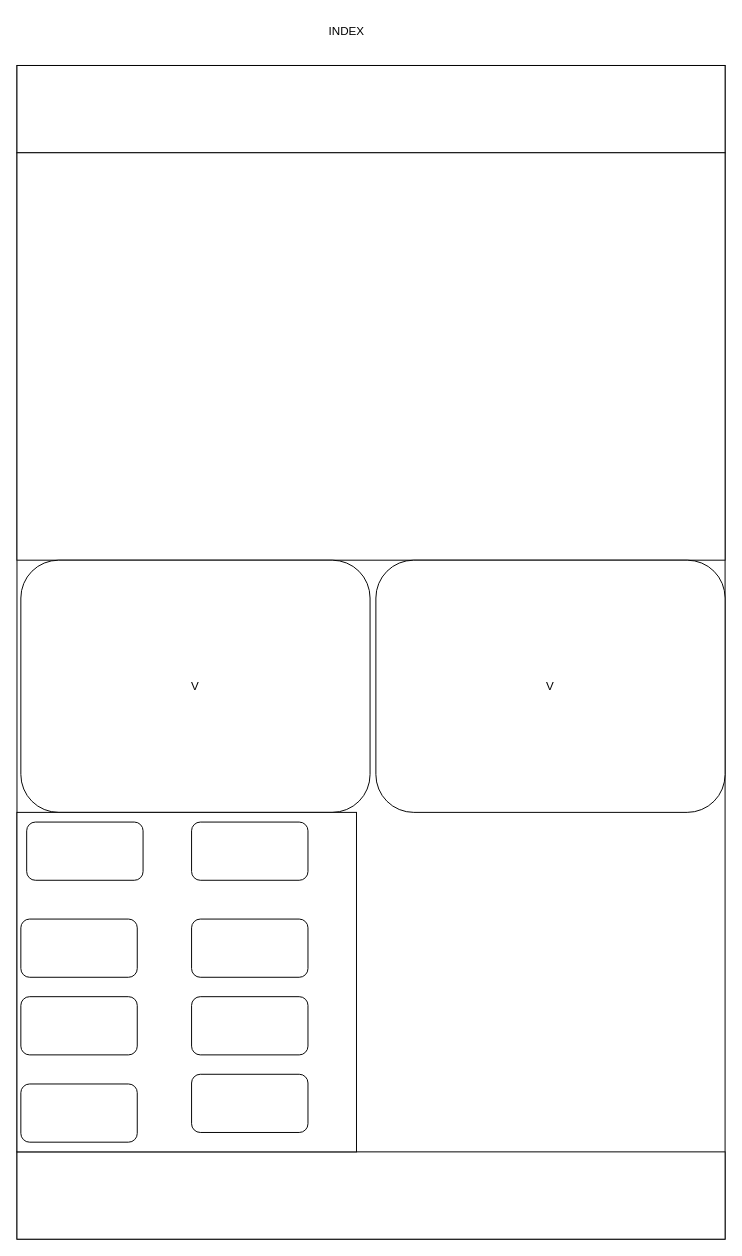
Above: page "INDEX" (2 of 2) of Diagrama sin título.drawio in jesusacb25/PAGINA_WEB (draw.io), before the change. Source tidied: cells renumbered, new cells numbered last; positions are measured from the earlier drawing's top-left corner, leaving out a move shared by most shapes. Both pictures are drawn from the tidied source at 97%, with x=0, y=0 at pixel (16, 16).
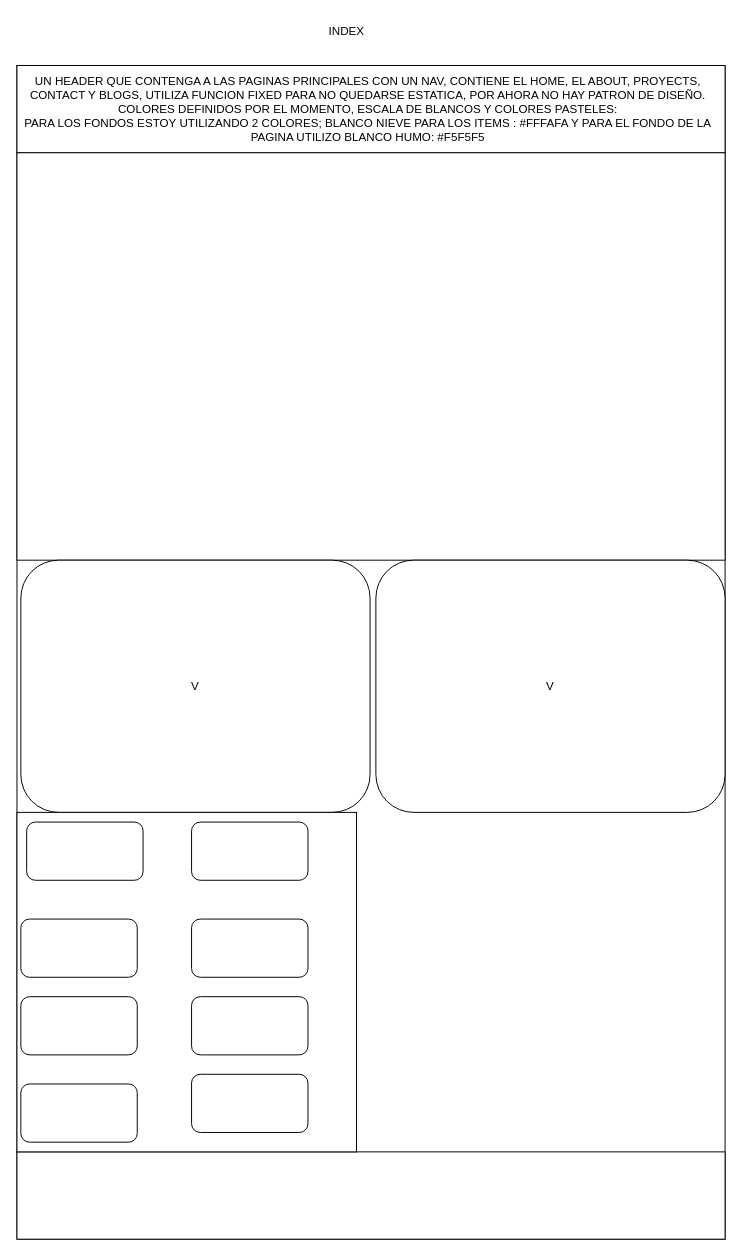
After the change.

Commit message (it also covers changes not shown here):
definicion del header del index

What changed in the source:
```diff
@@
 <mxGraphModel>
   <root>
     <mxCell id="0" />
     <mxCell id="1" parent="0" />
     <mxCell id="2" value="INDEX" style="text;html=1;strokeColor=none;fillColor=none;align=center;verticalAlign=middle;whiteSpace=wrap;rounded=0;" parent="1" vertex="1">
       <mxGeometry x="310" width="60" height="30" as="geometry" />
     </mxCell>
     <mxCell id="3" style="rounded=0;whiteSpace=wrap;html=1;" parent="1" vertex="1">
       <mxGeometry y="50" width="730" height="1210" as="geometry" />
     </mxCell>
     <mxCell id="4" style="rounded=0;whiteSpace=wrap;html=1;" parent="1" vertex="1">
       <mxGeometry y="50" width="730" height="90" as="geometry" />
     </mxCell>
     <mxCell id="5" style="rounded=0;whiteSpace=wrap;html=1;" parent="1" vertex="1">
       <mxGeometry y="140" width="730" height="420" as="geometry" />
     </mxCell>
     <mxCell id="6" value="V" style="rounded=1;whiteSpace=wrap;html=1;" parent="1" vertex="1">
       <mxGeometry x="4" y="560" width="360" height="260" as="geometry" />
     </mxCell>
     <mxCell id="7" value="V" style="rounded=1;whiteSpace=wrap;html=1;" parent="1" vertex="1">
       <mxGeometry x="370" y="560" width="360" height="260" as="geometry" />
     </mxCell>
     <mxCell id="8" style="rounded=0;whiteSpace=wrap;html=1;" parent="1" vertex="1">
       <mxGeometry y="1170" width="730" height="90" as="geometry" />
     </mxCell>
     <mxCell id="9" style="whiteSpace=wrap;html=1;" parent="1" vertex="1">
       <mxGeometry y="820" width="350" height="350" as="geometry" />
     </mxCell>
     <mxCell id="10" style="rounded=1;whiteSpace=wrap;html=1;" parent="1" vertex="1">
       <mxGeometry x="10" y="830" width="120" height="60" as="geometry" />
     </mxCell>
     <mxCell id="11" style="rounded=1;whiteSpace=wrap;html=1;" parent="1" vertex="1">
       <mxGeometry x="180" y="930" width="120" height="60" as="geometry" />
     </mxCell>
     <mxCell id="12" style="rounded=1;whiteSpace=wrap;html=1;" parent="1" vertex="1">
       <mxGeometry x="180" y="830" width="120" height="60" as="geometry" />
     </mxCell>
     <mxCell id="13" style="rounded=1;whiteSpace=wrap;html=1;" parent="1" vertex="1">
       <mxGeometry x="4" y="930" width="120" height="60" as="geometry" />
     </mxCell>
     <mxCell id="14" style="rounded=1;whiteSpace=wrap;html=1;" parent="1" vertex="1">
       <mxGeometry x="4" y="1010" width="120" height="60" as="geometry" />
     </mxCell>
     <mxCell id="15" style="rounded=1;whiteSpace=wrap;html=1;" parent="1" vertex="1">
       <mxGeometry x="4" y="1100" width="120" height="60" as="geometry" />
     </mxCell>
     <mxCell id="16" style="rounded=1;whiteSpace=wrap;html=1;" parent="1" vertex="1">
       <mxGeometry x="180" y="1090" width="120" height="60" as="geometry" />
     </mxCell>
     <mxCell id="17" style="rounded=1;whiteSpace=wrap;html=1;" parent="1" vertex="1">
       <mxGeometry x="180" y="1010" width="120" height="60" as="geometry" />
     </mxCell>
+    <mxCell id="18" value="UN HEADER QUE CONTENGA A LAS PAGINAS PRINCIPALES CON UN NAV, CONTIENE EL HOME, EL ABOUT, PROYECTS, CONTACT Y BLOGS, UTILIZA FUNCION FIXED PARA NO QUEDARSE ESTATICA, POR AHORA NO HAY PATRON DE DISEÑO. COLORES&amp;nbsp;DEFINIDOS POR EL MOMENTO, ESCALA DE BLANCOS Y COLORES PASTELES:&lt;br&gt;PARA LOS FONDOS ESTOY UTILIZANDO 2 COLORES; BLANCO NIEVE PARA LOS ITEMS : #FFFAFA Y PARA EL FONDO DE LA PAGINA UTILIZO BLANCO HUMO: #F5F5F5" style="text;html=1;strokeColor=none;fillColor=none;align=center;verticalAlign=middle;whiteSpace=wrap;rounded=0;" parent="1" vertex="1">
+      <mxGeometry x="4" y="60" width="716" height="70" as="geometry" />
+    </mxCell>
   </root>
 </mxGraphModel>
```
